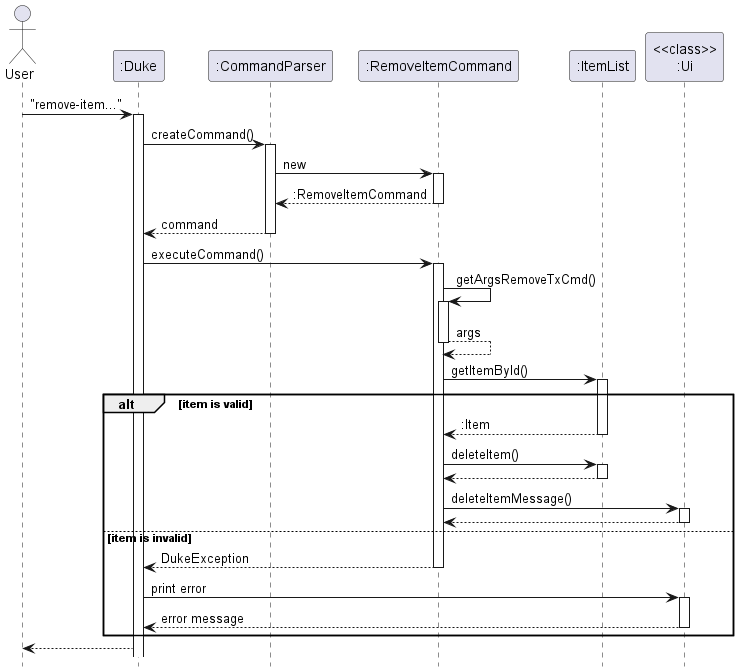
This is docs/images/RemoveItemSequence.png from nus-cs2113-AY2223S1/tp, a PlantUML export, as it was before one commit. Its source is kept beside it as docs/diagrams/item/RemoveItemSequence.puml.
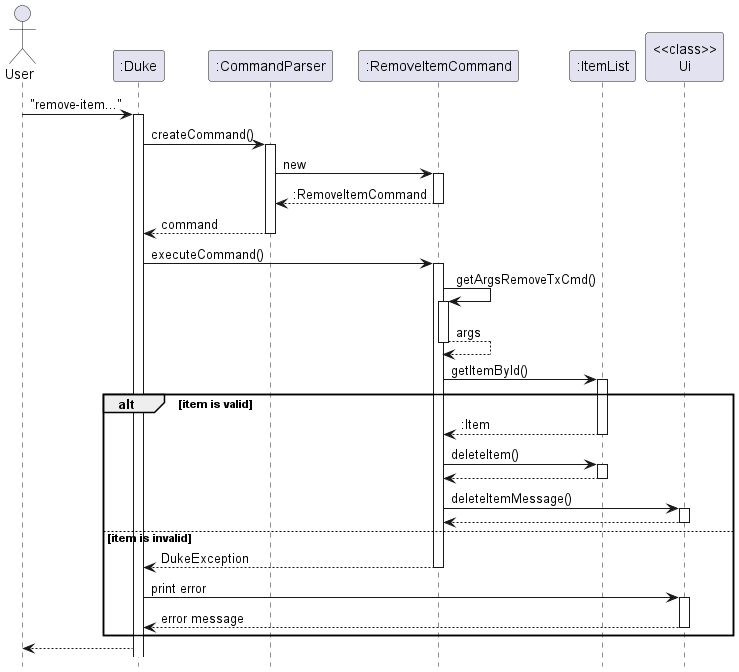
After the commit.

Change to the diagram source:
```diff
@@ -25,18 +25,18 @@
     ":RemoveItemCommand" -> ":ItemList": deleteItem()
     activate ":ItemList"
     return
-    ":RemoveItemCommand" -> "<<class>>\n:Ui": deleteItemMessage()
-    activate "<<class>>\n:Ui"
+    ":RemoveItemCommand" -> "<<class>>\nUi": deleteItemMessage()
+    activate "<<class>>\nUi"
     return
-    deactivate "<<class>>\n:Ui"
+    deactivate "<<class>>\nUi"
     deactivate ":ItemList"
 else item is invalid
     ":RemoveItemCommand" --> ":Duke" : DukeException
     deactivate ":RemoveItemCommand"
-    ":Duke" -> "<<class>>\n:Ui" : print error
-    activate "<<class>>\n:Ui"
-    "<<class>>\n:Ui" --> ":Duke" : error message
-    deactivate "<<class>>\n:Ui"
+    ":Duke" -> "<<class>>\nUi" : print error
+    activate "<<class>>\nUi"
+    "<<class>>\nUi" --> ":Duke" : error message
+    deactivate "<<class>>\nUi"
 end
 deactivate ":RemoveItemCommand"
 ":Duke" --> "User"
```
